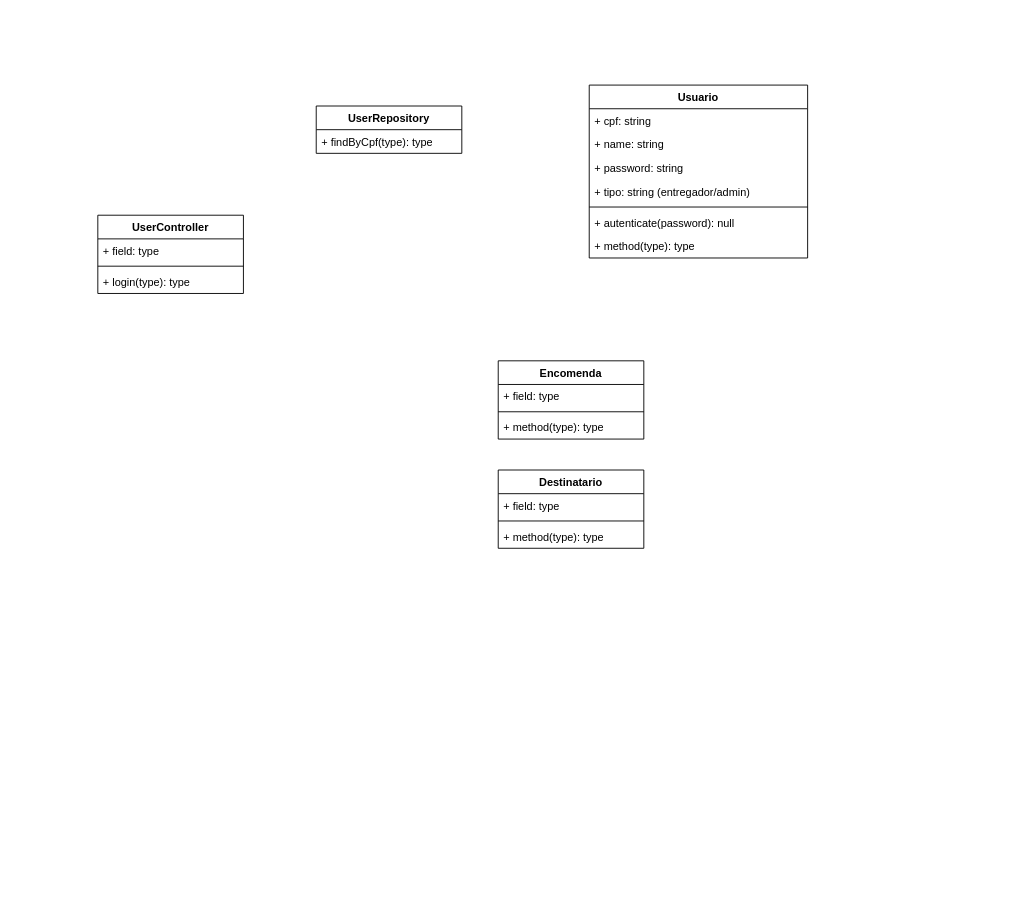
Earlier version of the draw.io diagram doc/1-d.drawio (Felipe-Borba/FastFeet). Source tidied: cells renumbered, new cells numbered last; positions are measured from the earlier drawing's top-left corner, leaving out a move shared by most shapes. Both pictures are drawn from the tidied source at 91%, with x=0, y=0 at pixel (97, 85).
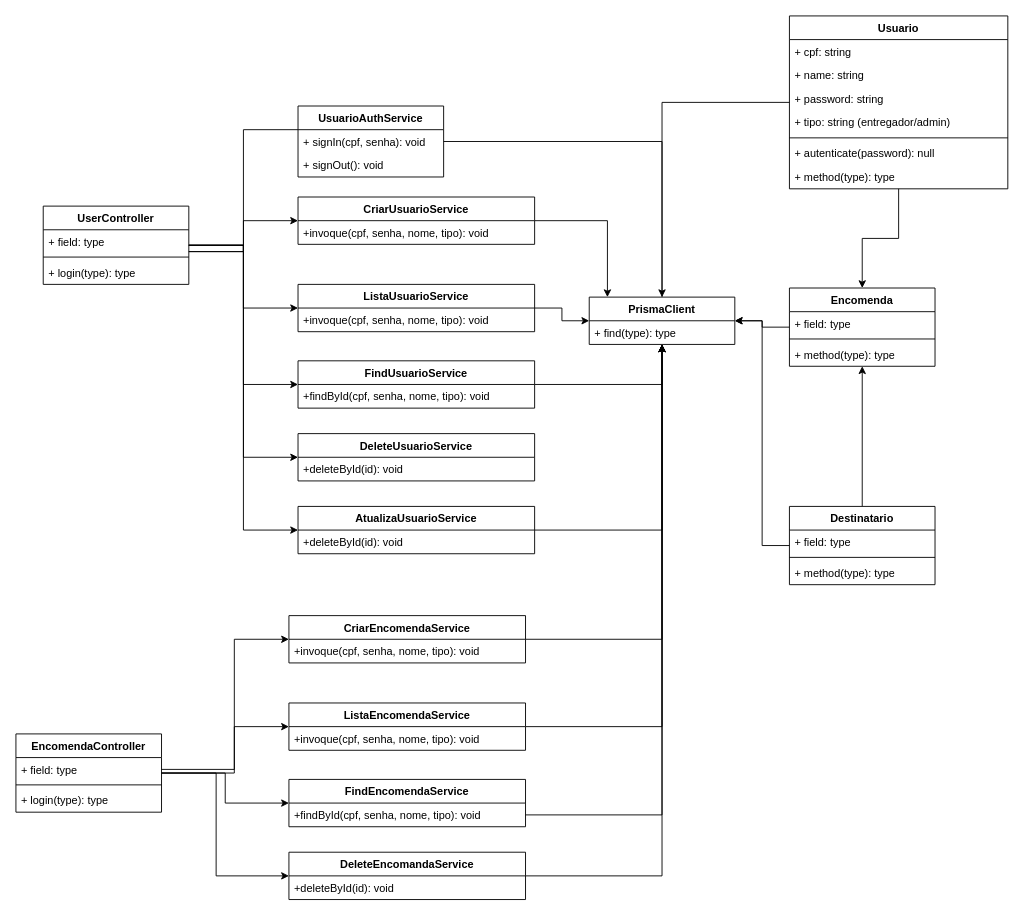
After the change.

Commit message (it also covers changes not shown here):
modelagem diagrama de classe

Unchanged cells that the change refers to:
```xml
<mxCell id="3" value="+ field: type" style="text;strokeColor=none;fillColor=none;align=left;verticalAlign=top;spacingLeft=4;spacingRight=4;overflow=hidden;points=[[0,0.5],[1,0.5]];portConstraint=eastwest;whiteSpace=wrap;html=1;" parent="2" vertex="1">
  <mxGeometry y="26" width="160" height="26" as="geometry" />
</mxCell>
```

Change to the diagram source:
```diff
@@
+    <mxCell id="24" style="edgeStyle=orthogonalEdgeStyle;rounded=0;jettySize=auto;html=1;" parent="1" edge="1" source="2" target="40">
+      <mxGeometry relative="1" as="geometry">
+        <Array as="points">
+          <mxPoint x="160" y="183" />
+          <mxPoint x="160" y="149" />
+        </Array>
+      </mxGeometry>
+    </mxCell>
+    <mxCell id="25" style="edgeStyle=orthogonalEdgeStyle;rounded=0;jettySize=auto;html=1;" parent="1" edge="1" source="2" target="43">
+      <mxGeometry relative="1" as="geometry" />
+    </mxCell>
+    <mxCell id="26" style="edgeStyle=orthogonalEdgeStyle;rounded=0;jettySize=auto;html=1;" parent="1" edge="1" source="2" target="46">
+      <mxGeometry relative="1" as="geometry">
+        <Array as="points">
+          <mxPoint x="160" y="176" />
+          <mxPoint x="160" y="329" />
+        </Array>
+      </mxGeometry>
+    </mxCell>
+    <mxCell id="27" style="edgeStyle=orthogonalEdgeStyle;rounded=0;jettySize=auto;html=1;" parent="1" edge="1" source="2" target="48">
+      <mxGeometry relative="1" as="geometry">
+        <Array as="points">
+          <mxPoint x="160" y="176" />
+          <mxPoint x="160" y="409" />
+        </Array>
+      </mxGeometry>
+    </mxCell>
+    <mxCell id="28" style="edgeStyle=orthogonalEdgeStyle;rounded=0;jettySize=auto;html=1;" parent="1" edge="1" source="2" target="71">
+      <mxGeometry relative="1" as="geometry">
+        <Array as="points">
+          <mxPoint x="160" y="176" />
+          <mxPoint x="160" y="489" />
+        </Array>
+      </mxGeometry>
+    </mxCell>
     <mxCell id="2" value="UserController" style="swimlane;fontStyle=1;align=center;verticalAlign=top;horizontal=1;startSize=26;whiteSpace=wrap;html=1;" parent="1" vertex="1">
-      <mxGeometry y="143" width="160" height="86" as="geometry" />
+      <mxGeometry x="-60" y="133" width="160" height="86" as="geometry" />
     </mxCell>
@@
+    <mxCell id="29" style="edgeStyle=orthogonalEdgeStyle;rounded=0;jettySize=auto;html=1;" parent="1" edge="1" source="6" target="22">
+      <mxGeometry relative="1" as="geometry" />
+    </mxCell>
     <mxCell id="6" value="Encomenda" style="swimlane;fontStyle=1;align=center;verticalAlign=top;horizontal=1;startSize=26;whiteSpace=wrap;html=1;" parent="1" vertex="1">
-      <mxGeometry x="440" y="303" width="160" height="86" as="geometry" />
+      <mxGeometry x="760" y="223" width="160" height="86" as="geometry" />
     </mxCell>
@@
+    <mxCell id="30" style="edgeStyle=orthogonalEdgeStyle;rounded=0;jettySize=auto;html=1;" parent="1" edge="1" source="10" target="6">
+      <mxGeometry relative="1" as="geometry" />
+    </mxCell>
+    <mxCell id="31" style="edgeStyle=orthogonalEdgeStyle;rounded=0;jettySize=auto;html=1;" parent="1" edge="1" source="10" target="22">
+      <mxGeometry relative="1" as="geometry">
+        <Array as="points">
+          <mxPoint x="730" y="506" />
+          <mxPoint x="730" y="259" />
+        </Array>
+      </mxGeometry>
+    </mxCell>
     <mxCell id="10" value="Destinatario" style="swimlane;fontStyle=1;align=center;verticalAlign=top;horizontal=1;startSize=26;whiteSpace=wrap;html=1;" parent="1" vertex="1">
-      <mxGeometry x="440" y="423" width="160" height="86" as="geometry" />
+      <mxGeometry x="760" y="463" width="160" height="86" as="geometry" />
     </mxCell>
@@
+    <mxCell id="32" style="edgeStyle=orthogonalEdgeStyle;rounded=0;jettySize=auto;html=1;endArrow=none;endFill=0;" parent="1" edge="1" source="14" target="22">
+      <mxGeometry relative="1" as="geometry" />
+    </mxCell>
+    <mxCell id="33" style="edgeStyle=orthogonalEdgeStyle;rounded=0;jettySize=auto;html=1;" parent="1" edge="1" source="14" target="6">
+      <mxGeometry relative="1" as="geometry" />
+    </mxCell>
     <mxCell id="14" value="Usuario" style="swimlane;fontStyle=1;align=center;verticalAlign=top;horizontal=1;startSize=26;whiteSpace=wrap;html=1;" parent="1" vertex="1">
-      <mxGeometry x="540" width="240" height="190" as="geometry" />
+      <mxGeometry x="760" y="-76" width="240" height="190" as="geometry" />
     </mxCell>
@@
-    <mxCell id="22" value="UserRepository" style="swimlane;fontStyle=1;align=center;verticalAlign=top;horizontal=1;startSize=26;whiteSpace=wrap;html=1;" parent="1" vertex="1">
-      <mxGeometry x="240" y="23" width="160" height="52" as="geometry" />
+    <mxCell id="22" value="PrismaClient" style="swimlane;fontStyle=1;align=center;verticalAlign=top;horizontal=1;startSize=26;whiteSpace=wrap;html=1;" parent="1" vertex="1">
+      <mxGeometry x="540" y="233" width="160" height="52" as="geometry" />
     </mxCell>
-    <mxCell id="23" value="+ findByCpf(type): type" style="text;strokeColor=none;fillColor=none;align=left;verticalAlign=top;spacingLeft=4;spacingRight=4;overflow=hidden;whiteSpace=wrap;html=1;" parent="22" vertex="1">
+    <mxCell id="23" value="+ find(type): type" style="text;strokeColor=none;fillColor=none;align=left;verticalAlign=top;spacingLeft=4;spacingRight=4;overflow=hidden;whiteSpace=wrap;html=1;" parent="22" vertex="1">
       <mxGeometry y="26" width="160" height="26" as="geometry" />
     </mxCell>
+    <mxCell id="34" style="edgeStyle=orthogonalEdgeStyle;rounded=0;jettySize=auto;html=1;" parent="1" edge="1" source="35" target="22">
+      <mxGeometry relative="1" as="geometry" />
+    </mxCell>
+    <mxCell id="35" value="UsuarioAuthService" style="swimlane;fontStyle=1;align=center;verticalAlign=top;horizontal=1;startSize=26;whiteSpace=wrap;html=1;" parent="1" vertex="1">
+      <mxGeometry x="220" y="23" width="160" height="78" as="geometry" />
+    </mxCell>
+    <mxCell id="36" value="+ signIn(cpf, senha): void" style="text;strokeColor=none;fillColor=none;align=left;verticalAlign=top;spacingLeft=4;spacingRight=4;overflow=hidden;whiteSpace=wrap;html=1;" parent="35" vertex="1">
+      <mxGeometry y="26" width="160" height="26" as="geometry" />
+    </mxCell>
+    <mxCell id="37" value="+ signOut(): void" style="text;strokeColor=none;fillColor=none;align=left;verticalAlign=top;spacingLeft=4;spacingRight=4;overflow=hidden;whiteSpace=wrap;html=1;" parent="35" vertex="1">
+      <mxGeometry y="52" width="160" height="26" as="geometry" />
+    </mxCell>
+    <mxCell id="38" style="edgeStyle=orthogonalEdgeStyle;rounded=0;jettySize=auto;html=1;endArrow=none;endFill=0;" parent="1" edge="1" source="3" target="35">
+      <mxGeometry relative="1" as="geometry">
+        <Array as="points">
+          <mxPoint x="160" y="183" />
+          <mxPoint x="160" y="49" />
+        </Array>
+      </mxGeometry>
+    </mxCell>
+    <mxCell id="39" style="edgeStyle=orthogonalEdgeStyle;rounded=0;jettySize=auto;html=1;" parent="1" edge="1" source="40" target="22">
+      <mxGeometry relative="1" as="geometry">
+        <Array as="points">
+          <mxPoint x="560" y="149" />
+        </Array>
+      </mxGeometry>
+    </mxCell>
+    <mxCell id="40" value="CriarUsuarioService" style="swimlane;fontStyle=1;align=center;verticalAlign=top;horizontal=1;startSize=26;whiteSpace=wrap;html=1;" parent="1" vertex="1">
+      <mxGeometry x="220" y="123" width="260" height="52" as="geometry" />
+    </mxCell>
+    <mxCell id="41" value="+invoque(cpf, senha, nome, tipo): void" style="text;strokeColor=none;fillColor=none;align=left;verticalAlign=top;spacingLeft=4;spacingRight=4;overflow=hidden;whiteSpace=wrap;html=1;" parent="40" vertex="1">
+      <mxGeometry y="26" width="260" height="26" as="geometry" />
+    </mxCell>
+    <mxCell id="42" style="edgeStyle=orthogonalEdgeStyle;rounded=0;jettySize=auto;html=1;" parent="1" edge="1" source="43" target="22">
+      <mxGeometry relative="1" as="geometry" />
+    </mxCell>
+    <mxCell id="43" value="ListaUsuarioService" style="swimlane;fontStyle=1;align=center;verticalAlign=top;horizontal=1;startSize=26;whiteSpace=wrap;html=1;" parent="1" vertex="1">
+      <mxGeometry x="220" y="219" width="260" height="52" as="geometry" />
+    </mxCell>
+    <mxCell id="44" value="+invoque(cpf, senha, nome, tipo): void" style="text;strokeColor=none;fillColor=none;align=left;verticalAlign=top;spacingLeft=4;spacingRight=4;overflow=hidden;whiteSpace=wrap;html=1;" parent="43" vertex="1">
+      <mxGeometry y="26" width="260" height="26" as="geometry" />
+    </mxCell>
+    <mxCell id="45" style="edgeStyle=orthogonalEdgeStyle;rounded=0;jettySize=auto;html=1;" parent="1" edge="1" source="46" target="22">
+      <mxGeometry relative="1" as="geometry" />
+    </mxCell>
+    <mxCell id="46" value="FindUsuarioService" style="swimlane;fontStyle=1;align=center;verticalAlign=top;horizontal=1;startSize=26;whiteSpace=wrap;html=1;" parent="1" vertex="1">
+      <mxGeometry x="220" y="303" width="260" height="52" as="geometry" />
+    </mxCell>
+    <mxCell id="47" value="+findById(cpf, senha, nome, tipo): void" style="text;strokeColor=none;fillColor=none;align=left;verticalAlign=top;spacingLeft=4;spacingRight=4;overflow=hidden;whiteSpace=wrap;html=1;" parent="46" vertex="1">
+      <mxGeometry y="26" width="260" height="26" as="geometry" />
+    </mxCell>
+    <mxCell id="48" value="DeleteUsuarioService" style="swimlane;fontStyle=1;align=center;verticalAlign=top;horizontal=1;startSize=26;whiteSpace=wrap;html=1;" parent="1" vertex="1">
+      <mxGeometry x="220" y="383" width="260" height="52" as="geometry" />
+    </mxCell>
+    <mxCell id="49" value="+deleteById(id): void" style="text;strokeColor=none;fillColor=none;align=left;verticalAlign=top;spacingLeft=4;spacingRight=4;overflow=hidden;whiteSpace=wrap;html=1;" parent="48" vertex="1">
+      <mxGeometry y="26" width="260" height="26" as="geometry" />
+    </mxCell>
+    <mxCell id="50" style="edgeStyle=orthogonalEdgeStyle;rounded=0;jettySize=auto;html=1;" parent="1" edge="1" source="53" target="58">
+      <mxGeometry relative="1" as="geometry">
+        <Array as="points">
+          <mxPoint x="150" y="756" />
+          <mxPoint x="150" y="609" />
+        </Array>
+      </mxGeometry>
+    </mxCell>
+    <mxCell id="51" style="edgeStyle=orthogonalEdgeStyle;rounded=0;jettySize=auto;html=1;" parent="1" edge="1" source="53" target="63">
+      <mxGeometry relative="1" as="geometry" />
+    </mxCell>
+    <mxCell id="52" style="edgeStyle=orthogonalEdgeStyle;rounded=0;jettySize=auto;html=1;" parent="1" edge="1" source="53" target="66">
+      <mxGeometry relative="1" as="geometry">
+        <Array as="points">
+          <mxPoint x="130" y="756" />
+          <mxPoint x="130" y="869" />
+        </Array>
+      </mxGeometry>
+    </mxCell>
+    <mxCell id="53" value="EncomendaController" style="swimlane;fontStyle=1;align=center;verticalAlign=top;horizontal=1;startSize=26;whiteSpace=wrap;html=1;" parent="1" vertex="1">
+      <mxGeometry x="-90" y="713" width="160" height="86" as="geometry" />
+    </mxCell>
+    <mxCell id="54" value="+ field: type" style="text;strokeColor=none;fillColor=none;align=left;verticalAlign=top;spacingLeft=4;spacingRight=4;overflow=hidden;points=[[0,0.5],[1,0.5]];portConstraint=eastwest;whiteSpace=wrap;html=1;" parent="53" vertex="1">
+      <mxGeometry y="26" width="160" height="26" as="geometry" />
+    </mxCell>
+    <mxCell id="55" style="line;strokeWidth=1;fillColor=none;align=left;verticalAlign=middle;spacingTop=-1;spacingLeft=3;spacingRight=3;labelPosition=right;strokeColor=inherit;" parent="53" vertex="1">
+      <mxGeometry y="52" width="160" height="8" as="geometry" />
+    </mxCell>
+    <mxCell id="56" value="+ login(type): type" style="text;strokeColor=none;fillColor=none;align=left;verticalAlign=top;spacingLeft=4;spacingRight=4;overflow=hidden;whiteSpace=wrap;html=1;" parent="53" vertex="1">
+      <mxGeometry y="60" width="160" height="26" as="geometry" />
+    </mxCell>
+    <mxCell id="57" style="edgeStyle=orthogonalEdgeStyle;rounded=0;jettySize=auto;html=1;" parent="1" edge="1" source="58" target="22">
+      <mxGeometry relative="1" as="geometry" />
+    </mxCell>
+    <mxCell id="58" value="CriarEncomendaService" style="swimlane;fontStyle=1;align=center;verticalAlign=top;horizontal=1;startSize=26;whiteSpace=wrap;html=1;" parent="1" vertex="1">
+      <mxGeometry x="210" y="583" width="260" height="52" as="geometry" />
+    </mxCell>
+    <mxCell id="59" value="+invoque(cpf, senha, nome, tipo): void" style="text;strokeColor=none;fillColor=none;align=left;verticalAlign=top;spacingLeft=4;spacingRight=4;overflow=hidden;whiteSpace=wrap;html=1;" parent="58" vertex="1">
+      <mxGeometry y="26" width="260" height="26" as="geometry" />
+    </mxCell>
+    <mxCell id="60" style="edgeStyle=orthogonalEdgeStyle;rounded=0;jettySize=auto;html=1;" parent="1" edge="1" source="61" target="22">
+      <mxGeometry relative="1" as="geometry" />
+    </mxCell>
+    <mxCell id="61" value="ListaEncomendaService" style="swimlane;fontStyle=1;align=center;verticalAlign=top;horizontal=1;startSize=26;whiteSpace=wrap;html=1;" parent="1" vertex="1">
+      <mxGeometry x="210" y="679" width="260" height="52" as="geometry" />
+    </mxCell>
+    <mxCell id="62" value="+invoque(cpf, senha, nome, tipo): void" style="text;strokeColor=none;fillColor=none;align=left;verticalAlign=top;spacingLeft=4;spacingRight=4;overflow=hidden;whiteSpace=wrap;html=1;" parent="61" vertex="1">
+      <mxGeometry y="26" width="260" height="26" as="geometry" />
+    </mxCell>
+    <mxCell id="63" value="FindEncomendaService" style="swimlane;fontStyle=1;align=center;verticalAlign=top;horizontal=1;startSize=26;whiteSpace=wrap;html=1;" parent="1" vertex="1">
+      <mxGeometry x="210" y="763" width="260" height="52" as="geometry" />
+    </mxCell>
+    <mxCell id="64" value="+findById(cpf, senha, nome, tipo): void" style="text;strokeColor=none;fillColor=none;align=left;verticalAlign=top;spacingLeft=4;spacingRight=4;overflow=hidden;points=[[0,0.5],[1,0.5]];portConstraint=eastwest;whiteSpace=wrap;html=1;" parent="63" vertex="1">
+      <mxGeometry y="26" width="260" height="26" as="geometry" />
+    </mxCell>
+    <mxCell id="65" style="edgeStyle=orthogonalEdgeStyle;rounded=0;jettySize=auto;html=1;" parent="1" edge="1" source="66" target="22">
+      <mxGeometry relative="1" as="geometry" />
+    </mxCell>
+    <mxCell id="66" value="DeleteEncomandaService" style="swimlane;fontStyle=1;align=center;verticalAlign=top;horizontal=1;startSize=26;whiteSpace=wrap;html=1;" parent="1" vertex="1">
+      <mxGeometry x="210" y="843" width="260" height="52" as="geometry" />
+    </mxCell>
+    <mxCell id="67" value="+deleteById(id): void" style="text;strokeColor=none;fillColor=none;align=left;verticalAlign=top;spacingLeft=4;spacingRight=4;overflow=hidden;whiteSpace=wrap;html=1;" parent="66" vertex="1">
+      <mxGeometry y="26" width="260" height="26" as="geometry" />
+    </mxCell>
+    <mxCell id="68" style="edgeStyle=orthogonalEdgeStyle;rounded=0;jettySize=auto;html=1;" parent="1" edge="1" source="54" target="61">
+      <mxGeometry relative="1" as="geometry">
+        <Array as="points">
+          <mxPoint x="150" y="752" />
+          <mxPoint x="150" y="705" />
+        </Array>
+      </mxGeometry>
+    </mxCell>
+    <mxCell id="69" style="edgeStyle=orthogonalEdgeStyle;rounded=0;jettySize=auto;html=1;" parent="1" edge="1" source="64" target="22">
+      <mxGeometry relative="1" as="geometry" />
+    </mxCell>
+    <mxCell id="70" style="edgeStyle=orthogonalEdgeStyle;rounded=0;jettySize=auto;html=1;" parent="1" edge="1" source="71" target="22">
+      <mxGeometry relative="1" as="geometry" />
+    </mxCell>
+    <mxCell id="71" value="AtualizaUsuarioService" style="swimlane;fontStyle=1;align=center;verticalAlign=top;horizontal=1;startSize=26;whiteSpace=wrap;html=1;" parent="1" vertex="1">
+      <mxGeometry x="220" y="463" width="260" height="52" as="geometry" />
+    </mxCell>
+    <mxCell id="72" value="+deleteById(id): void" style="text;strokeColor=none;fillColor=none;align=left;verticalAlign=top;spacingLeft=4;spacingRight=4;overflow=hidden;whiteSpace=wrap;html=1;" parent="71" vertex="1">
+      <mxGeometry y="26" width="260" height="26" as="geometry" />
+    </mxCell>
```
